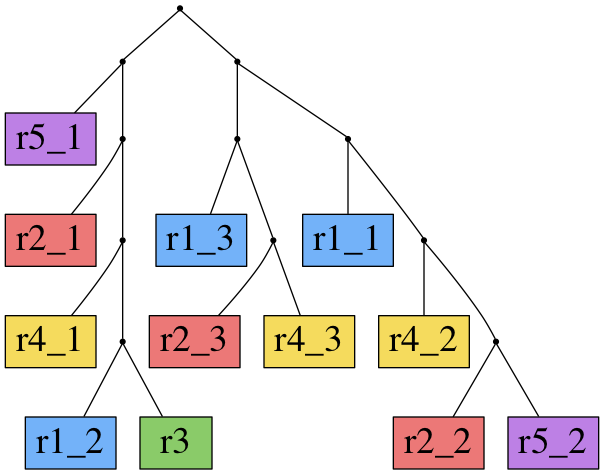
The Graphviz diagram example/matrix_alg2.out.csv.png in alexandrutomescu/MixedPerfectPhylogeny, before a commit. Its source is kept beside it as example/matrix_alg2.out.csv.dot.
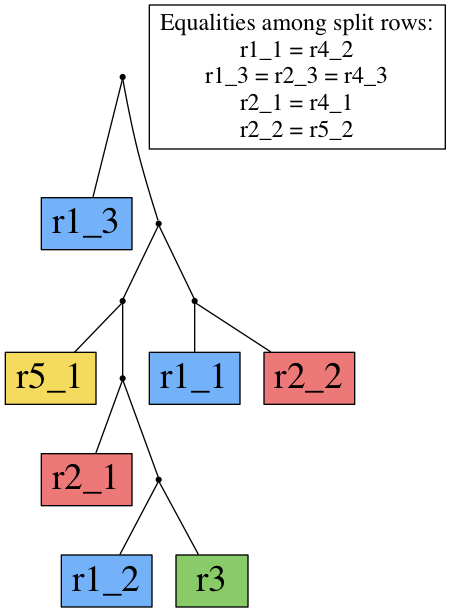
The same diagram one commit later.

Diff of the diagram source:
```diff
@@ -1,47 +1,33 @@
 digraph {
-r1_1[shape=box,style=filled,fontsize=28,fillcolor="#73B2F9"];
-r1_2[shape=box,style=filled,fontsize=28,fillcolor="#73B2F9"];
-r1_3[shape=box,style=filled,fontsize=28,fillcolor="#73B2F9"];
-r2_1[shape=box,style=filled,fontsize=28,fillcolor="#EC7877"];
-r2_2[shape=box,style=filled,fontsize=28,fillcolor="#EC7877"];
-r2_3[shape=box,style=filled,fontsize=28,fillcolor="#EC7877"];
-r3[shape=box,style=filled,fontsize=28,fillcolor="#8ACB69"];
-r4_1[shape=box,style=filled,fontsize=28,fillcolor="#F5DB5D"];
-r4_2[shape=box,style=filled,fontsize=28,fillcolor="#F5DB5D"];
-r4_3[shape=box,style=filled,fontsize=28,fillcolor="#F5DB5D"];
-r5_1[shape=box,style=filled,fontsize=28,fillcolor="#BD80E5"];
-r5_2[shape=box,style=filled,fontsize=28,fillcolor="#BD80E5"];
+r1_1[label="r1_1",shape=box,style=filled,fontsize=28,fillcolor="#73B2F9"];
+r1_2[label="r1_2",shape=box,style=filled,fontsize=28,fillcolor="#73B2F9"];
+r1_3[label="r1_3",shape=box,style=filled,fontsize=28,fillcolor="#73B2F9"];
+r2_1[label="r2_1",shape=box,style=filled,fontsize=28,fillcolor="#EC7877"];
+r2_2[label="r2_2",shape=box,style=filled,fontsize=28,fillcolor="#EC7877"];
+r3[label="r3",shape=box,style=filled,fontsize=28,fillcolor="#8ACB69"];
+r5_1[label="r5_1",shape=box,style=filled,fontsize=28,fillcolor="#F5DB5D"];
+legend[label="Equalities among split rows:
+r1_1 = r4_2
+r1_3 = r2_3 = r4_3
+r2_1 = r4_1
+r2_2 = r5_2
+",shape=box,fontsize=18];
 Int0[shape=point,style=filled,fillcolor=black,label=""];
 Int0 -> r1_2[arrowhead=none];
 Int0 -> r3[arrowhead=none];
 Int1[shape=point,style=filled,fillcolor=black,label=""];
-Int1 -> r4_1[arrowhead=none];
+Int1 -> r2_1[arrowhead=none];
 Int1 -> Int0[arrowhead=none];
 Int2[shape=point,style=filled,fillcolor=black,label=""];
-Int2 -> r2_2[arrowhead=none];
-Int2 -> r5_2[arrowhead=none];
+Int2 -> r5_1[arrowhead=none];
+Int2 -> Int1[arrowhead=none];
 Int3[shape=point,style=filled,fillcolor=black,label=""];
-Int3 -> r2_1[arrowhead=none];
-Int3 -> Int1[arrowhead=none];
+Int3 -> r1_1[arrowhead=none];
+Int3 -> r2_2[arrowhead=none];
 Int4[shape=point,style=filled,fillcolor=black,label=""];
-Int4 -> r5_1[arrowhead=none];
+Int4 -> Int2[arrowhead=none];
 Int4 -> Int3[arrowhead=none];
 Int5[shape=point,style=filled,fillcolor=black,label=""];
-Int5 -> r4_2[arrowhead=none];
-Int5 -> Int2[arrowhead=none];
-Int6[shape=point,style=filled,fillcolor=black,label=""];
-Int6 -> r2_3[arrowhead=none];
-Int6 -> r4_3[arrowhead=none];
-Int7[shape=point,style=filled,fillcolor=black,label=""];
-Int7 -> r1_3[arrowhead=none];
-Int7 -> Int6[arrowhead=none];
-Int8[shape=point,style=filled,fillcolor=black,label=""];
-Int8 -> r1_1[arrowhead=none];
-Int8 -> Int5[arrowhead=none];
-Int9[shape=point,style=filled,fillcolor=black,label=""];
-Int9 -> Int7[arrowhead=none];
-Int9 -> Int8[arrowhead=none];
-Int10[shape=point,style=filled,fillcolor=black,label=""];
-Int10 -> Int4[arrowhead=none];
-Int10 -> Int9[arrowhead=none];
+Int5 -> r1_3[arrowhead=none];
+Int5 -> Int4[arrowhead=none];
 }
```
